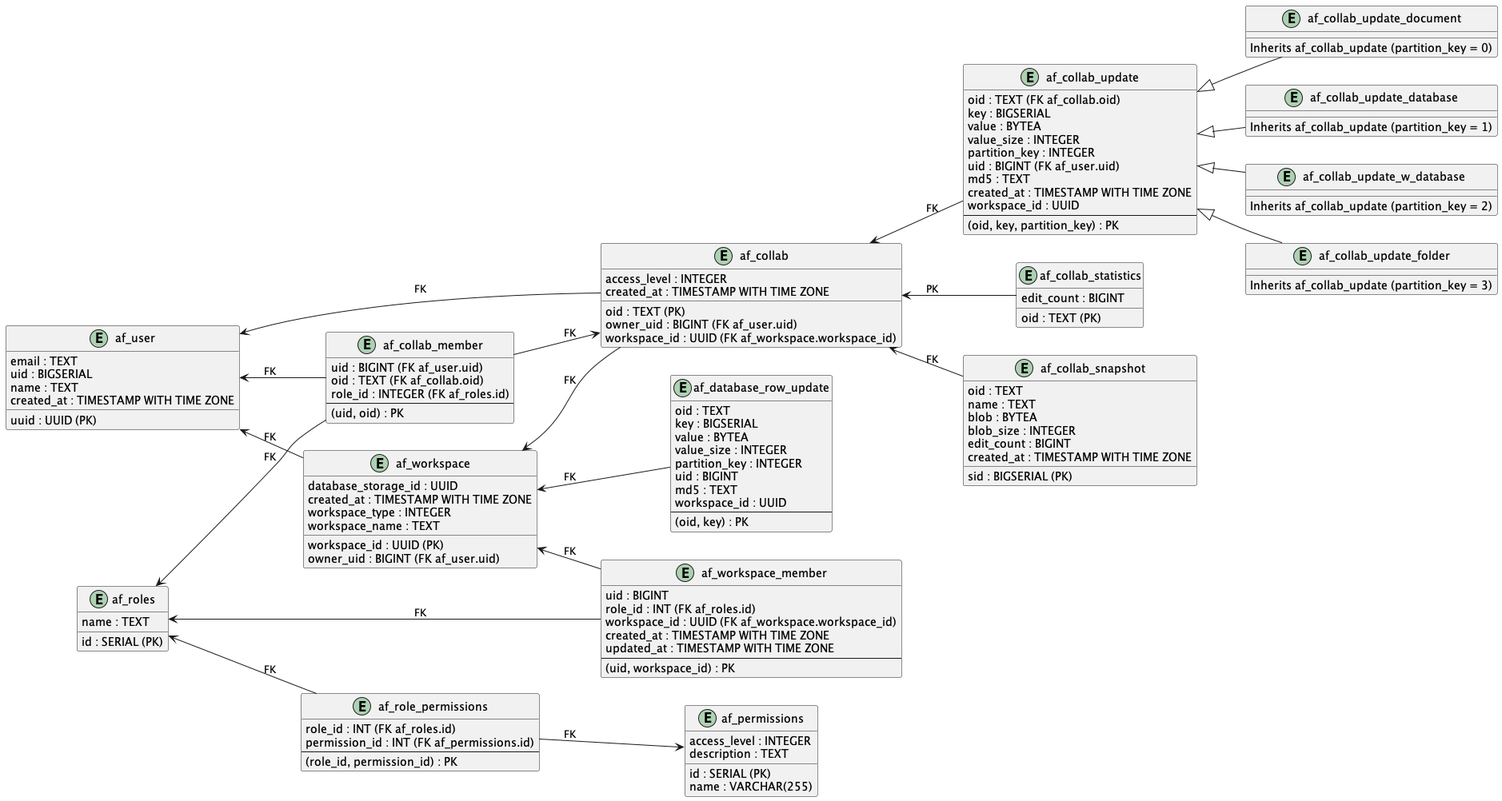
The PlantUML diagram postgres/docs/schema.png in AppFlowy-IO/AppFlowy-Supabase, before a commit. Source of this version:
```plantuml
@startuml
left to right direction

entity "af_roles" as roles {
  id : SERIAL (PK)
  name : TEXT
}

entity "af_permissions" as permissions {
  id : SERIAL (PK)
  name : VARCHAR(255)
  access_level : INTEGER
  description : TEXT
}

entity "af_role_permissions" as role_permissions {
  role_id : INT (FK af_roles.id)
  permission_id : INT (FK af_permissions.id)
  --
  (role_id, permission_id) : PK
}

entity "af_user" as user {
  uuid : UUID (PK)
  email : TEXT
  uid : BIGSERIAL
  name : TEXT
  created_at : TIMESTAMP WITH TIME ZONE
}

entity "af_workspace" as workspace {
  workspace_id : UUID (PK)
  database_storage_id : UUID
  owner_uid : BIGINT (FK af_user.uid)
  created_at : TIMESTAMP WITH TIME ZONE
  workspace_type : INTEGER
  workspace_name : TEXT
}

entity "af_workspace_member" as workspace_member {
  uid : BIGINT
  role_id : INT (FK af_roles.id)
  workspace_id : UUID (FK af_workspace.workspace_id)
  created_at : TIMESTAMP WITH TIME ZONE
  updated_at : TIMESTAMP WITH TIME ZONE
  --
  (uid, workspace_id) : PK
}

entity "af_collab" as collab {
  oid : TEXT (PK)
  owner_uid : BIGINT (FK af_user.uid)
  workspace_id : UUID (FK af_workspace.workspace_id)
  access_level : INTEGER
  created_at : TIMESTAMP WITH TIME ZONE
}

entity "af_collab_update" as collab_update {
  oid : TEXT (FK af_collab.oid)
  key : BIGSERIAL
  value : BYTEA
  value_size : INTEGER
  partition_key : INTEGER
  uid : BIGINT (FK af_user.uid)
  md5 : TEXT
  created_at : TIMESTAMP WITH TIME ZONE
  workspace_id : UUID
  --
  (oid, key, partition_key) : PK
}


entity "af_collab_update_document" as af_collab_update_document {
  Inherits af_collab_update (partition_key = 0)
}

entity "af_collab_update_database" as af_collab_update_database {
  Inherits af_collab_update (partition_key = 1)
}

entity "af_collab_update_w_database" as af_collab_update_w_database {
  Inherits af_collab_update (partition_key = 2)
}

entity "af_collab_update_folder" as af_collab_update_folder {
  Inherits af_collab_update (partition_key = 3)
}

af_collab_update_document -u-|> collab_update
af_collab_update_database -u-|> collab_update
af_collab_update_w_database -u-|> collab_update
af_collab_update_folder -u-|> collab_update

entity "af_database_row_update" as database_row_update {
  oid : TEXT
  key : BIGSERIAL
  value : BYTEA
  value_size : INTEGER
  partition_key : INTEGER
  uid : BIGINT
  md5 : TEXT
  workspace_id : UUID
  --
  (oid, key) : PK
}

entity "af_collab_member" as collab_member {
  uid : BIGINT (FK af_user.uid)
  oid : TEXT (FK af_collab.oid)
  role_id : INTEGER (FK af_roles.id)
  --
  (uid, oid) : PK
}

entity "af_collab_statistics" as collab_statistics {
  oid : TEXT (PK)
  edit_count : BIGINT
}

entity "af_collab_snapshot" as collab_snapshot {
  sid : BIGSERIAL (PK)
  oid : TEXT
  name : TEXT
  blob : BYTEA
  blob_size : INTEGER
  edit_count : BIGINT
  created_at : TIMESTAMP WITH TIME ZONE
}


roles <-- role_permissions : FK
permissions <-u- role_permissions : FK
user <-- collab : FK
user <-- workspace : FK
user <-- collab_member : FK
roles <-- workspace_member : FK
workspace <-- workspace_member : FK
workspace <-- collab : FK
workspace <-- database_row_update : FK
collab <-- collab_update : FK
collab <-- collab_snapshot: FK
collab <-u- collab_member : FK
collab <-- collab_statistics : PK
roles <-- collab_member : FK


@enduml
```
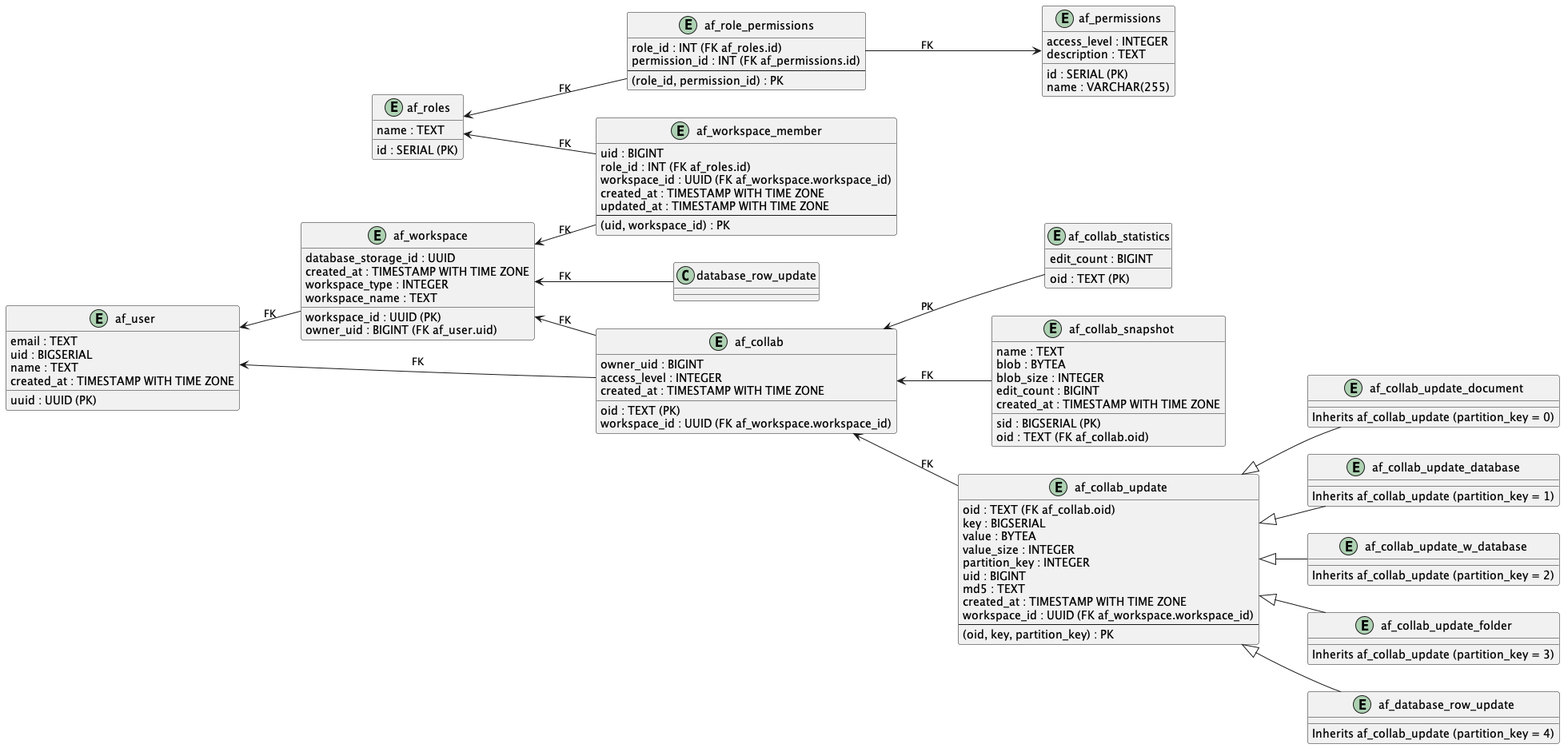
The same file after the commit.

Change to the diagram source:
```diff
@@ -49,7 +49,7 @@
 
 entity "af_collab" as collab {
   oid : TEXT (PK)
-  owner_uid : BIGINT (FK af_user.uid)
+  owner_uid : BIGINT
   workspace_id : UUID (FK af_workspace.workspace_id)
   access_level : INTEGER
   created_at : TIMESTAMP WITH TIME ZONE
@@ -61,10 +61,10 @@
   value : BYTEA
   value_size : INTEGER
   partition_key : INTEGER
-  uid : BIGINT (FK af_user.uid)
+  uid : BIGINT
   md5 : TEXT
   created_at : TIMESTAMP WITH TIME ZONE
-  workspace_id : UUID
+  workspace_id : UUID (FK af_workspace.workspace_id)
   --
   (oid, key, partition_key) : PK
 }
@@ -86,31 +86,16 @@
   Inherits af_collab_update (partition_key = 3)
 }
 
+entity "af_database_row_update" as af_database_row_update {
+  Inherits af_collab_update (partition_key = 4)
+}
+
 af_collab_update_document -u-|> collab_update
 af_collab_update_database -u-|> collab_update
 af_collab_update_w_database -u-|> collab_update
 af_collab_update_folder -u-|> collab_update
+af_database_row_update -u-|> collab_update
 
-entity "af_database_row_update" as database_row_update {
-  oid : TEXT
-  key : BIGSERIAL
-  value : BYTEA
-  value_size : INTEGER
-  partition_key : INTEGER
-  uid : BIGINT
-  md5 : TEXT
-  workspace_id : UUID
-  --
-  (oid, key) : PK
-}
-
-entity "af_collab_member" as collab_member {
-  uid : BIGINT (FK af_user.uid)
-  oid : TEXT (FK af_collab.oid)
-  role_id : INTEGER (FK af_roles.id)
-  --
-  (uid, oid) : PK
-}
 
 entity "af_collab_statistics" as collab_statistics {
   oid : TEXT (PK)
@@ -119,7 +104,7 @@
 
 entity "af_collab_snapshot" as collab_snapshot {
   sid : BIGSERIAL (PK)
-  oid : TEXT
+  oid : TEXT (FK af_collab.oid)
   name : TEXT
   blob : BYTEA
   blob_size : INTEGER
@@ -132,16 +117,13 @@
 permissions <-u- role_permissions : FK
 user <-- collab : FK
 user <-- workspace : FK
-user <-- collab_member : FK
 roles <-- workspace_member : FK
 workspace <-- workspace_member : FK
 workspace <-- collab : FK
 workspace <-- database_row_update : FK
 collab <-- collab_update : FK
 collab <-- collab_snapshot: FK
-collab <-u- collab_member : FK
 collab <-- collab_statistics : PK
-roles <-- collab_member : FK
 
 
 @enduml
```
